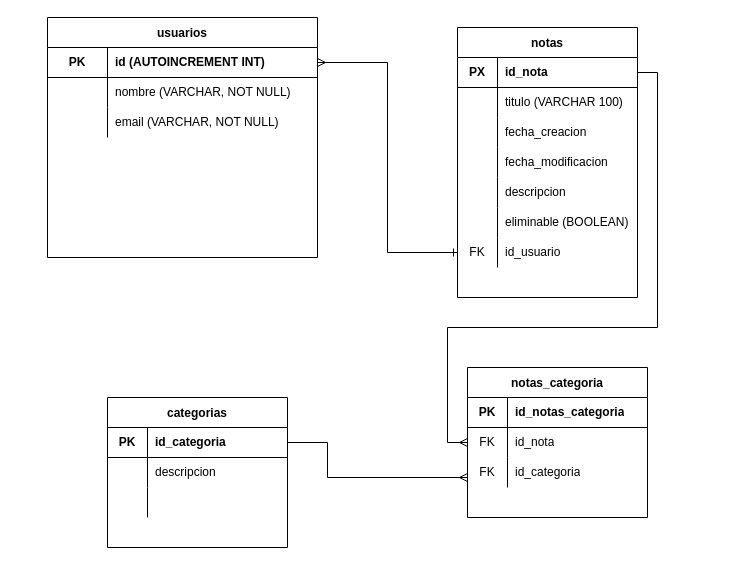
juanseferrari/digitalhouse keeps this draw.io diagram as mod6-ejercicio-individual-ferrari/diagrama.drawio. Above is the earlier version. Source tidied: cells renumbered, new cells numbered last; positions are measured from the earlier drawing's top-left corner, leaving out a move shared by most shapes. Both pictures are drawn from the tidied source at 100%, with x=0, y=0 at pixel (47, 17).
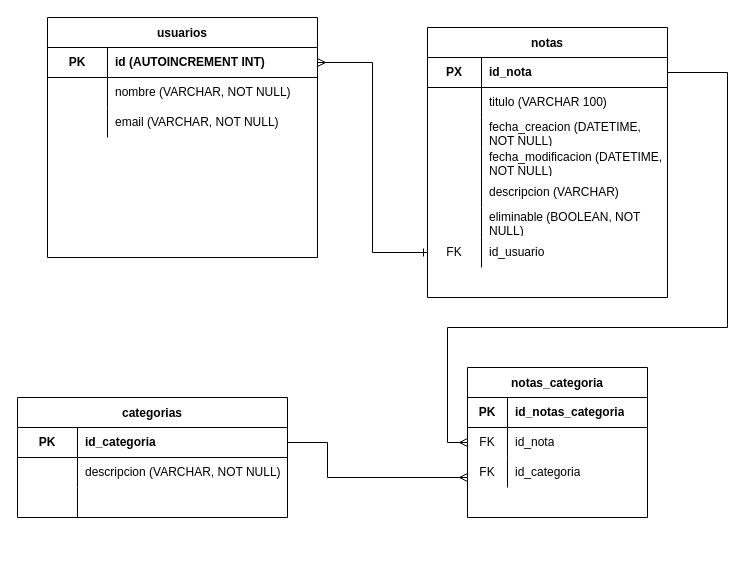
Above is the later version.

Commit message:
edicion campos drawio

The change refers to these unchanged cells:
```xml
<mxCell id="38" style="shape=partialRectangle;html=1;whiteSpace=wrap;fillColor=none;top=0;left=0;bottom=0;right=0;points=[[0,0.5],[1,0.5]];portConstraint=eastwest;" parent="34" vertex="1">
  <mxGeometry y="60" width="180" height="30" as="geometry" />
</mxCell>
```

The edit, as a diff of the source:
```diff
@@
     <mxCell id="12" value="notas" style="shape=table;startSize=30;childLayout=tableLayout;rowLines=0;fontStyle=1;align=center;" parent="1" vertex="1">
-      <mxGeometry x="410" y="10" width="180" height="270" as="geometry" />
+      <mxGeometry x="380" y="10" width="240" height="270" as="geometry" />
     </mxCell>
     <mxCell id="13" style="shape=partialRectangle;html=1;whiteSpace=wrap;fillColor=none;top=0;left=0;bottom=1;right=0;points=[[0,0.5],[1,0.5]];portConstraint=eastwest;" parent="12" vertex="1">
-      <mxGeometry y="30" width="180" height="30" as="geometry" />
+      <mxGeometry y="30" width="240" height="30" as="geometry" />
     </mxCell>
     <mxCell id="14" value="&lt;b&gt;PX&lt;/b&gt;" style="shape=partialRectangle;html=1;whiteSpace=wrap;fillColor=none;top=0;left=0;bottom=0;right=0;overflow=hidden;" parent="13" vertex="1">
-      <mxGeometry width="40" height="30" as="geometry" />
+      <mxGeometry width="54" height="30" as="geometry" />
     </mxCell>
     <mxCell id="15" value="&lt;b&gt;id_nota&lt;/b&gt;" style="shape=partialRectangle;html=1;whiteSpace=wrap;fillColor=none;top=0;left=0;bottom=0;right=0;align=left;spacingLeft=6;overflow=hidden;" parent="13" vertex="1">
-      <mxGeometry x="40" width="140" height="30" as="geometry" />
+      <mxGeometry x="54" width="186" height="30" as="geometry" />
     </mxCell>
     <mxCell id="16" style="shape=partialRectangle;html=1;whiteSpace=wrap;fillColor=none;top=0;left=0;bottom=0;right=0;" parent="12" vertex="1">
-      <mxGeometry y="60" width="180" height="30" as="geometry" />
+      <mxGeometry y="60" width="240" height="30" as="geometry" />
     </mxCell>
     <mxCell id="17" style="shape=partialRectangle;html=1;whiteSpace=wrap;fillColor=none;top=0;left=0;bottom=0;right=0;overflow=hidden;" parent="16" vertex="1">
-      <mxGeometry width="40" height="30" as="geometry" />
+      <mxGeometry width="54" height="30" as="geometry" />
     </mxCell>
     <mxCell id="18" value="titulo (VARCHAR 100)" style="shape=partialRectangle;html=1;whiteSpace=wrap;fillColor=none;top=0;left=0;bottom=0;right=0;align=left;spacingLeft=6;overflow=hidden;" parent="16" vertex="1">
-      <mxGeometry x="40" width="140" height="30" as="geometry" />
+      <mxGeometry x="54" width="186" height="30" as="geometry" />
     </mxCell>
     <mxCell id="19" style="shape=partialRectangle;html=1;whiteSpace=wrap;fillColor=none;top=0;left=0;bottom=0;right=0;" parent="12" vertex="1">
-      <mxGeometry y="90" width="180" height="30" as="geometry" />
+      <mxGeometry y="90" width="240" height="30" as="geometry" />
     </mxCell>
     <mxCell id="20" style="shape=partialRectangle;html=1;whiteSpace=wrap;fillColor=none;top=0;left=0;bottom=0;right=0;overflow=hidden;" parent="19" vertex="1">
-      <mxGeometry width="40" height="30" as="geometry" />
+      <mxGeometry width="54" height="30" as="geometry" />
     </mxCell>
-    <mxCell id="21" value="fecha_creacion" style="shape=partialRectangle;html=1;whiteSpace=wrap;fillColor=none;top=0;left=0;bottom=0;right=0;align=left;spacingLeft=6;overflow=hidden;" parent="19" vertex="1">
-      <mxGeometry x="40" width="140" height="30" as="geometry" />
+    <mxCell id="21" value="fecha_creacion (DATETIME, NOT NULL)" style="shape=partialRectangle;html=1;whiteSpace=wrap;fillColor=none;top=0;left=0;bottom=0;right=0;align=left;spacingLeft=6;overflow=hidden;" parent="19" vertex="1">
+      <mxGeometry x="54" width="186" height="30" as="geometry" />
     </mxCell>
     <mxCell id="22" style="shape=partialRectangle;html=1;whiteSpace=wrap;fillColor=none;top=0;left=0;bottom=0;right=0;" parent="12" vertex="1">
-      <mxGeometry y="120" width="180" height="30" as="geometry" />
+      <mxGeometry y="120" width="240" height="30" as="geometry" />
     </mxCell>
     <mxCell id="23" style="shape=partialRectangle;html=1;whiteSpace=wrap;fillColor=none;top=0;left=0;bottom=0;right=0;overflow=hidden;" parent="22" vertex="1">
-      <mxGeometry width="40" height="30" as="geometry" />
+      <mxGeometry width="54" height="30" as="geometry" />
     </mxCell>
-    <mxCell id="24" value="fecha_modificacion" style="shape=partialRectangle;html=1;whiteSpace=wrap;fillColor=none;top=0;left=0;bottom=0;right=0;align=left;spacingLeft=6;overflow=hidden;" parent="22" vertex="1">
-      <mxGeometry x="40" width="140" height="30" as="geometry" />
+    <mxCell id="24" value="fecha_modificacion (DATETIME, NOT NULL)" style="shape=partialRectangle;html=1;whiteSpace=wrap;fillColor=none;top=0;left=0;bottom=0;right=0;align=left;spacingLeft=6;overflow=hidden;" parent="22" vertex="1">
+      <mxGeometry x="54" width="186" height="30" as="geometry" />
     </mxCell>
     <mxCell id="25" style="shape=partialRectangle;html=1;whiteSpace=wrap;fillColor=none;top=0;left=0;bottom=0;right=0;" parent="12" vertex="1">
-      <mxGeometry y="150" width="180" height="30" as="geometry" />
+      <mxGeometry y="150" width="240" height="30" as="geometry" />
     </mxCell>
     <mxCell id="26" style="shape=partialRectangle;html=1;whiteSpace=wrap;fillColor=none;top=0;left=0;bottom=0;right=0;overflow=hidden;" parent="25" vertex="1">
-      <mxGeometry width="40" height="30" as="geometry" />
+      <mxGeometry width="54" height="30" as="geometry" />
     </mxCell>
-    <mxCell id="27" value="descripcion" style="shape=partialRectangle;html=1;whiteSpace=wrap;fillColor=none;top=0;left=0;bottom=0;right=0;align=left;spacingLeft=6;overflow=hidden;" parent="25" vertex="1">
-      <mxGeometry x="40" width="140" height="30" as="geometry" />
+    <mxCell id="27" value="descripcion (VARCHAR)" style="shape=partialRectangle;html=1;whiteSpace=wrap;fillColor=none;top=0;left=0;bottom=0;right=0;align=left;spacingLeft=6;overflow=hidden;" parent="25" vertex="1">
+      <mxGeometry x="54" width="186" height="30" as="geometry" />
     </mxCell>
     <mxCell id="28" style="shape=partialRectangle;html=1;whiteSpace=wrap;fillColor=none;top=0;left=0;bottom=0;right=0;" parent="12" vertex="1">
-      <mxGeometry y="180" width="180" height="30" as="geometry" />
+      <mxGeometry y="180" width="240" height="30" as="geometry" />
     </mxCell>
     <mxCell id="29" style="shape=partialRectangle;html=1;whiteSpace=wrap;fillColor=none;top=0;left=0;bottom=0;right=0;overflow=hidden;" parent="28" vertex="1">
-      <mxGeometry width="40" height="30" as="geometry" />
+      <mxGeometry width="54" height="30" as="geometry" />
     </mxCell>
-    <mxCell id="30" value="eliminable (BOOLEAN)" style="shape=partialRectangle;html=1;whiteSpace=wrap;fillColor=none;top=0;left=0;bottom=0;right=0;align=left;spacingLeft=6;overflow=hidden;" parent="28" vertex="1">
-      <mxGeometry x="40" width="140" height="30" as="geometry" />
+    <mxCell id="30" value="eliminable (BOOLEAN, NOT NULL)" style="shape=partialRectangle;html=1;whiteSpace=wrap;fillColor=none;top=0;left=0;bottom=0;right=0;align=left;spacingLeft=6;overflow=hidden;" parent="28" vertex="1">
+      <mxGeometry x="54" width="186" height="30" as="geometry" />
     </mxCell>
     <mxCell id="31" style="shape=partialRectangle;html=1;whiteSpace=wrap;fillColor=none;top=0;left=0;bottom=0;right=0;points=[[0,0.5],[1,0.5]];portConstraint=eastwest;" parent="12" vertex="1">
-      <mxGeometry y="210" width="180" height="30" as="geometry" />
+      <mxGeometry y="210" width="240" height="30" as="geometry" />
     </mxCell>
     <mxCell id="32" value="FK" style="shape=partialRectangle;html=1;whiteSpace=wrap;fillColor=none;top=0;left=0;bottom=0;right=0;overflow=hidden;" parent="31" vertex="1">
-      <mxGeometry width="40" height="30" as="geometry" />
+      <mxGeometry width="54" height="30" as="geometry" />
     </mxCell>
     <mxCell id="33" value="id_usuario" style="shape=partialRectangle;html=1;whiteSpace=wrap;fillColor=none;top=0;left=0;bottom=0;right=0;align=left;spacingLeft=6;overflow=hidden;" parent="31" vertex="1">
-      <mxGeometry x="40" width="140" height="30" as="geometry" />
+      <mxGeometry x="54" width="186" height="30" as="geometry" />
     </mxCell>
@@
     <mxCell id="45" value="categorias" style="shape=table;startSize=30;childLayout=tableLayout;rowLines=0;fontStyle=1;align=center;" parent="1" vertex="1">
-      <mxGeometry x="60" y="380" width="180" height="150" as="geometry" />
+      <mxGeometry x="-30" y="380" width="270" height="120" as="geometry" />
     </mxCell>
     <mxCell id="46" style="shape=partialRectangle;html=1;whiteSpace=wrap;fillColor=none;top=0;left=0;bottom=1;right=0;points=[[0,0.5],[1,0.5]];portConstraint=eastwest;" parent="45" vertex="1">
-      <mxGeometry y="30" width="180" height="30" as="geometry" />
+      <mxGeometry y="30" width="270" height="30" as="geometry" />
     </mxCell>
     <mxCell id="47" value="&lt;b&gt;PK&lt;/b&gt;" style="shape=partialRectangle;html=1;whiteSpace=wrap;fillColor=none;top=0;left=0;bottom=0;right=0;overflow=hidden;" parent="46" vertex="1">
-      <mxGeometry width="40" height="30" as="geometry" />
+      <mxGeometry width="60" height="30" as="geometry" />
     </mxCell>
     <mxCell id="48" value="&lt;b&gt;id_categoria&lt;/b&gt;" style="shape=partialRectangle;html=1;whiteSpace=wrap;fillColor=none;top=0;left=0;bottom=0;right=0;align=left;spacingLeft=6;overflow=hidden;" parent="46" vertex="1">
-      <mxGeometry x="40" width="140" height="30" as="geometry" />
+      <mxGeometry x="60" width="210" height="30" as="geometry" />
     </mxCell>
     <mxCell id="49" style="shape=partialRectangle;html=1;whiteSpace=wrap;fillColor=none;top=0;left=0;bottom=0;right=0;" parent="45" vertex="1">
-      <mxGeometry y="60" width="180" height="30" as="geometry" />
+      <mxGeometry y="60" width="270" height="30" as="geometry" />
     </mxCell>
     <mxCell id="50" style="shape=partialRectangle;html=1;whiteSpace=wrap;fillColor=none;top=0;left=0;bottom=0;right=0;overflow=hidden;" parent="49" vertex="1">
-      <mxGeometry width="40" height="30" as="geometry" />
+      <mxGeometry width="60" height="30" as="geometry" />
     </mxCell>
-    <mxCell id="51" value="descripcion" style="shape=partialRectangle;html=1;whiteSpace=wrap;fillColor=none;top=0;left=0;bottom=0;right=0;align=left;spacingLeft=6;overflow=hidden;" parent="49" vertex="1">
-      <mxGeometry x="40" width="140" height="30" as="geometry" />
+    <mxCell id="51" value="descripcion (VARCHAR, NOT NULL)" style="shape=partialRectangle;html=1;whiteSpace=wrap;fillColor=none;top=0;left=0;bottom=0;right=0;align=left;spacingLeft=6;overflow=hidden;" parent="49" vertex="1">
+      <mxGeometry x="60" width="210" height="30" as="geometry" />
     </mxCell>
     <mxCell id="52" style="shape=partialRectangle;html=1;whiteSpace=wrap;fillColor=none;top=0;left=0;bottom=0;right=0;" parent="45" vertex="1">
-      <mxGeometry y="90" width="180" height="30" as="geometry" />
+      <mxGeometry y="90" width="270" height="30" as="geometry" />
     </mxCell>
     <mxCell id="53" style="shape=partialRectangle;html=1;whiteSpace=wrap;fillColor=none;top=0;left=0;bottom=0;right=0;overflow=hidden;" parent="52" vertex="1">
-      <mxGeometry width="40" height="30" as="geometry" />
+      <mxGeometry width="60" height="30" as="geometry" />
     </mxCell>
     <mxCell id="54" style="shape=partialRectangle;html=1;whiteSpace=wrap;fillColor=none;top=0;left=0;bottom=0;right=0;align=left;spacingLeft=6;overflow=hidden;" parent="52" vertex="1">
-      <mxGeometry x="40" width="140" height="30" as="geometry" />
+      <mxGeometry x="60" width="210" height="30" as="geometry" />
     </mxCell>
     <mxCell id="55" style="edgeStyle=orthogonalEdgeStyle;rounded=0;jettySize=auto;html=1;entryX=0;entryY=0.5;entryDx=0;entryDy=0;endArrow=ERmany;endFill=0;" parent="1" edge="1" source="13" target="38">
       <mxGeometry relative="1" as="geometry">
         <Array as="points">
-          <mxPoint x="610" y="55" />
-          <mxPoint x="610" y="310" />
+          <mxPoint x="680" y="55" />
+          <mxPoint x="680" y="310" />
           <mxPoint x="400" y="310" />
           <mxPoint x="400" y="425" />
         </Array>
       </mxGeometry>
     </mxCell>
```
